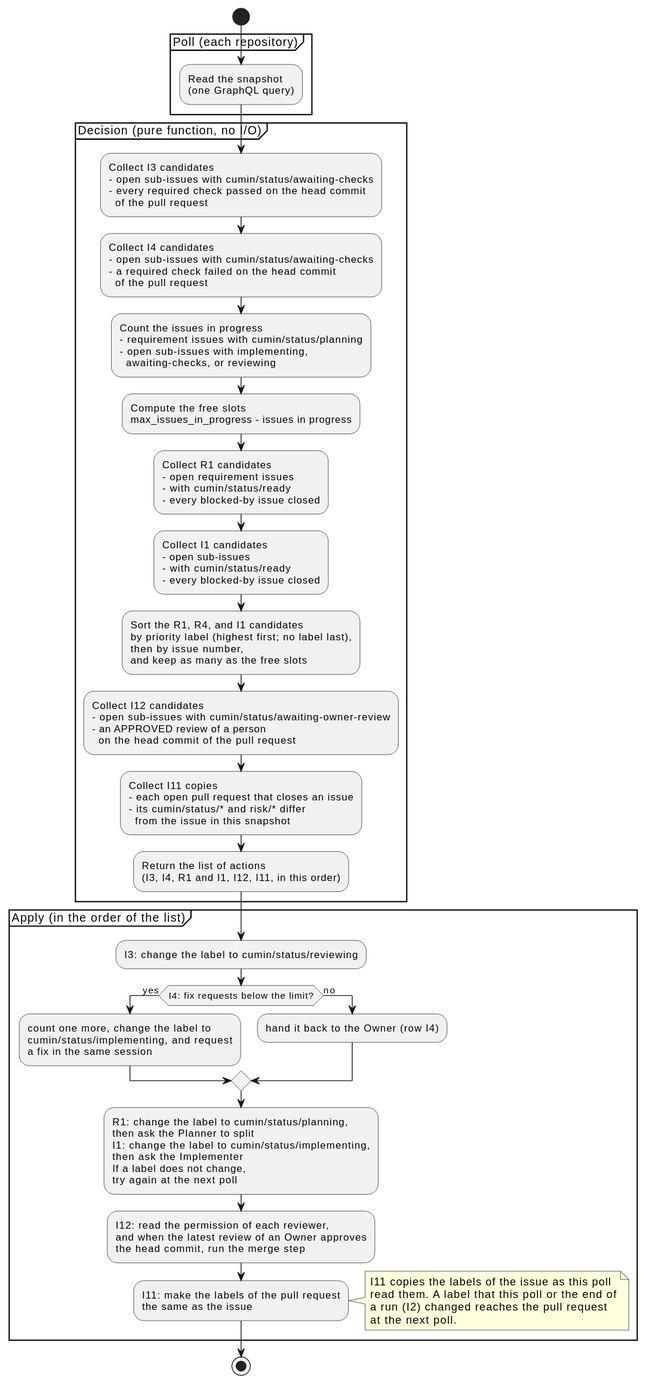
Earlier version of the PlantUML export docs/ja/designs/poll-decide.svg (cloveclovedev/cumin-works). Source of this version:
```plantuml
@startuml
skinparam shadowing false
skinparam defaultFontName sans-serif

start
partition "Poll (each repository)" {
  :Read the snapshot
  (one GraphQL query);
}
partition "Decision (pure function, no I/O)" {
  :Collect I3 candidates
  - open sub-issues with cumin/status/awaiting-checks
  - every required check passed on the head commit
    of the pull request;
  :Collect I4 candidates
  - open sub-issues with cumin/status/awaiting-checks
  - a required check failed on the head commit
    of the pull request;
  :Count the issues in progress
  - requirement issues with cumin/status/planning
  - open sub-issues with implementing,
    awaiting-checks, or reviewing;
  :Compute the free slots
  max_issues_in_progress - issues in progress;
  :Collect R1 candidates
  - open requirement issues
  - with cumin/status/ready
  - every blocked-by issue closed;
  :Collect I1 candidates
  - open sub-issues
  - with cumin/status/ready
  - every blocked-by issue closed;
  :Sort the R1, R4, and I1 candidates
  by priority label (highest first; no label last),
  then by issue number,
  and keep as many as the free slots;
  :Collect I12 candidates
  - open sub-issues with cumin/status/awaiting-owner-review
  - an APPROVED review of a person
    on the head commit of the pull request;
  :Collect I11 copies
  - each open pull request that closes an issue
  - its cumin/status/* and risk/* differ
    from the issue in this snapshot;
  :Return the list of actions
  (I3, I4, R1 and I1, I12, I11, in this order);
}
partition "Apply (in the order of the list)" {
  :I3: change the label to cumin/status/reviewing;
  if (I4: fix requests below the limit?) then (yes)
    :count one more, change the label to
    cumin/status/implementing, and request
    a fix in the same session;
  else (no)
    :hand it back to the Owner (row I4);
  endif
  :R1: change the label to cumin/status/planning,
  then ask the Planner to split
  I1: change the label to cumin/status/implementing,
  then ask the Implementer
  If a label does not change,
  try again at the next poll;
  :I12: read the permission of each reviewer,
  and when the latest review of an Owner approves
  the head commit, run the merge step;
  :I11: make the labels of the pull request
  the same as the issue;
}
note right
  I11 copies the labels of the issue as this poll
  read them. A label that this poll or the end of
  a run (I2) changed reaches the pull request
  at the next poll.
end note
stop
@enduml
```
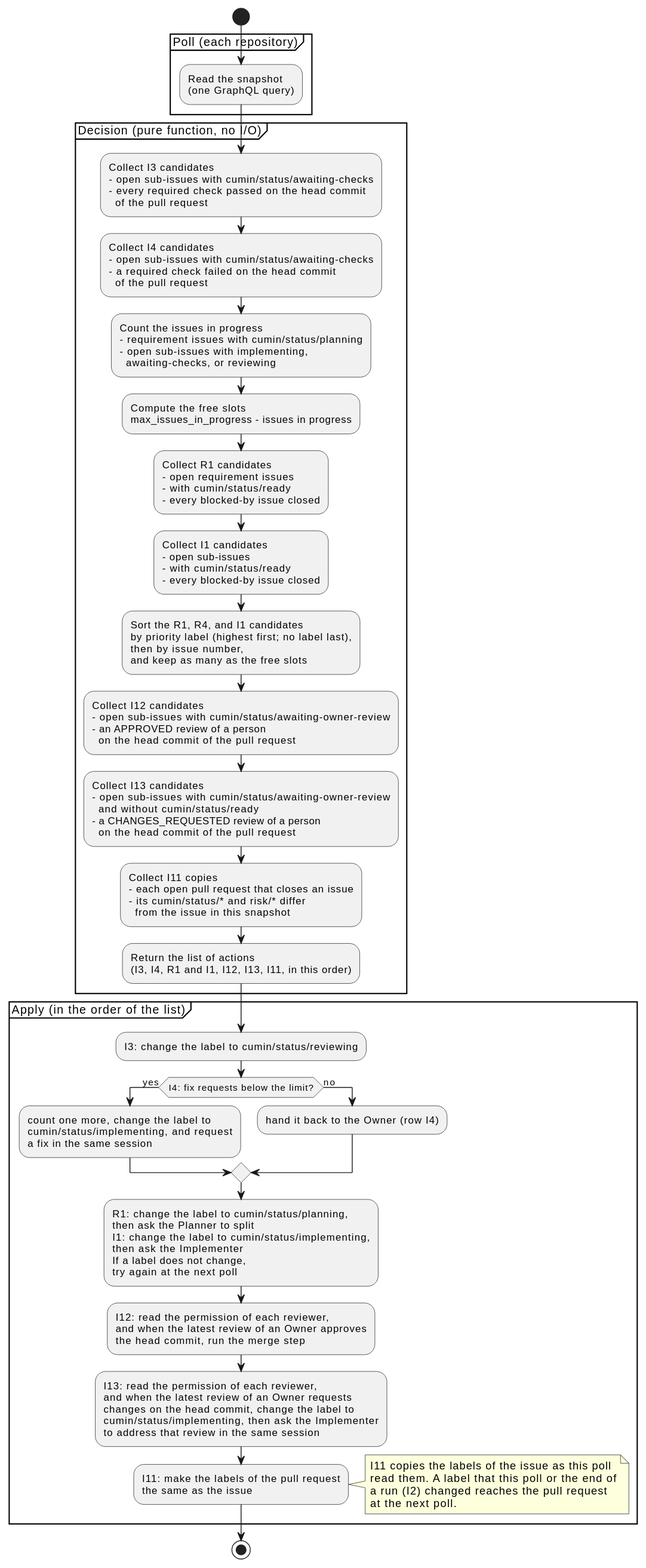
After the commit.

The edit, as a diff of the source:
```diff
@@ -38,12 +38,17 @@
   - open sub-issues with cumin/status/awaiting-owner-review
   - an APPROVED review of a person
     on the head commit of the pull request;
+  :Collect I13 candidates
+  - open sub-issues with cumin/status/awaiting-owner-review
+    and without cumin/status/ready
+  - a CHANGES_REQUESTED review of a person
+    on the head commit of the pull request;
   :Collect I11 copies
   - each open pull request that closes an issue
   - its cumin/status/* and risk/* differ
     from the issue in this snapshot;
   :Return the list of actions
-  (I3, I4, R1 and I1, I12, I11, in this order);
+  (I3, I4, R1 and I1, I12, I13, I11, in this order);
 }
 partition "Apply (in the order of the list)" {
   :I3: change the label to cumin/status/reviewing;
@@ -63,6 +68,11 @@
   :I12: read the permission of each reviewer,
   and when the latest review of an Owner approves
   the head commit, run the merge step;
+  :I13: read the permission of each reviewer,
+  and when the latest review of an Owner requests
+  changes on the head commit, change the label to
+  cumin/status/implementing, then ask the Implementer
+  to address that review in the same session;
   :I11: make the labels of the pull request
   the same as the issue;
 }
```
